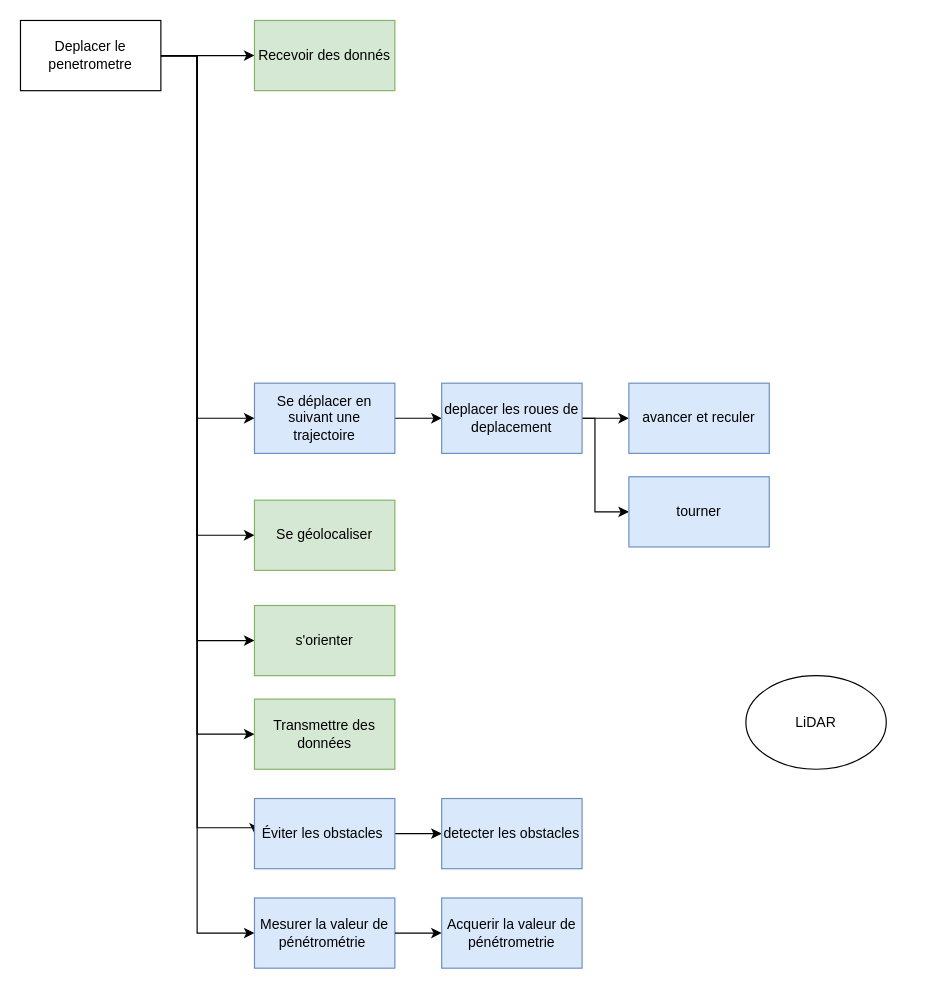
Before: SYSML/D-FAST_ER-TA/D-FAST_ER-TA1.drawio in ToGen49/Hippodrome, a draw.io diagram. Source tidied: cells renumbered, new cells numbered last; positions are measured from the earlier drawing's top-left corner, leaving out a move shared by most shapes. Both pictures are drawn from the tidied source at 117%, with x=0, y=0 at pixel (20, 20).
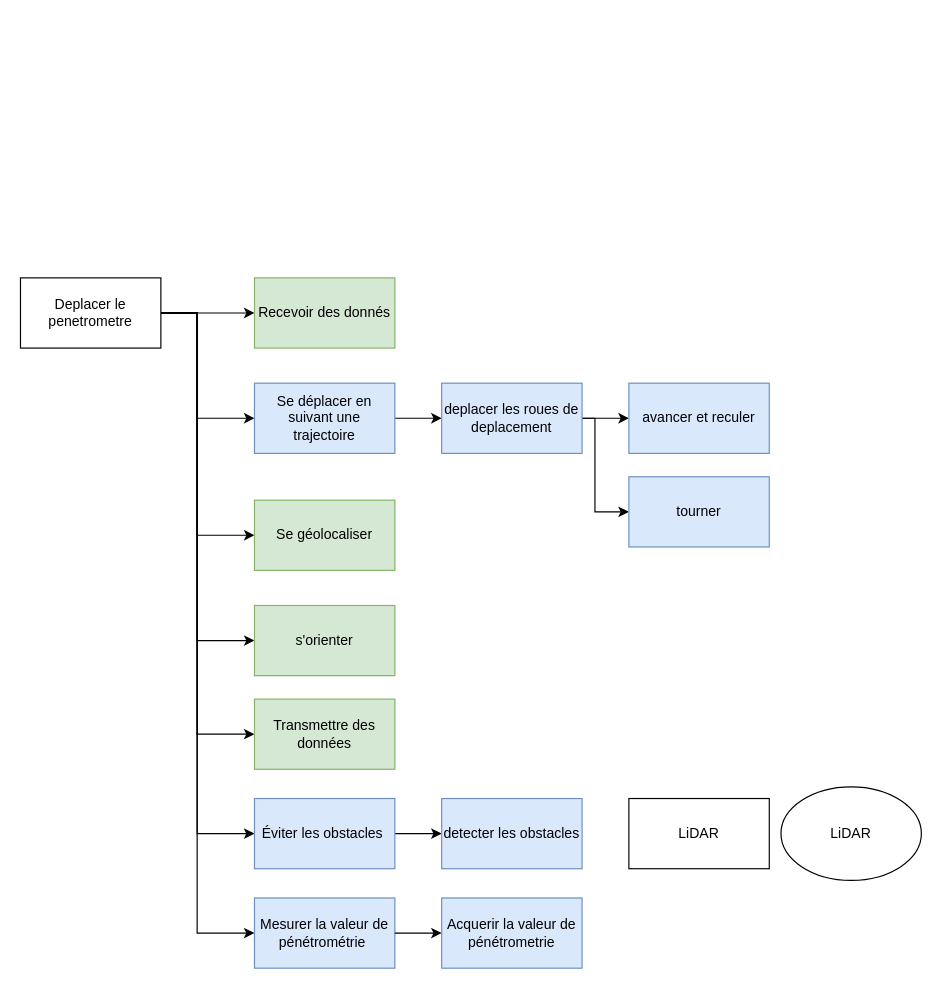
After the change.

The change refers to these unchanged cells:
```xml
<mxCell id="11" value="Se géolocaliser" style="rounded=0;whiteSpace=wrap;html=1;fillColor=#d5e8d4;strokeColor=#82b366;" parent="1" vertex="1">
  <mxGeometry x="200" y="410" width="120" height="60" as="geometry" />
</mxCell>
<mxCell id="12" value="s'orienter" style="rounded=0;whiteSpace=wrap;html=1;fillColor=#d5e8d4;strokeColor=#82b366;" parent="1" vertex="1">
  <mxGeometry x="200" y="500" width="120" height="60" as="geometry" />
</mxCell>
<mxCell id="13" value="Transmettre des données" style="rounded=0;whiteSpace=wrap;html=1;fillColor=#d5e8d4;strokeColor=#82b366;" parent="1" vertex="1">
  <mxGeometry x="200" y="580" width="120" height="60" as="geometry" />
</mxCell>
<mxCell id="15" value="Se déplacer en suivant une&lt;br/&gt;trajectoire" style="rounded=0;whiteSpace=wrap;html=1;fillColor=#dae8fc;strokeColor=#6c8ebf;" parent="1" vertex="1">
  <mxGeometry x="200" y="310" width="120" height="60" as="geometry" />
</mxCell>
<mxCell id="17" value="Éviter les obstacles&amp;nbsp;" style="rounded=0;whiteSpace=wrap;html=1;fillColor=#dae8fc;strokeColor=#6c8ebf;" parent="1" vertex="1">
  <mxGeometry x="200" y="665" width="120" height="60" as="geometry" />
</mxCell>
<mxCell id="18" value="Mesurer la valeur de&lt;br/&gt;pénétrométrie&amp;nbsp;" style="rounded=0;whiteSpace=wrap;html=1;fillColor=#dae8fc;strokeColor=#6c8ebf;" parent="1" vertex="1">
  <mxGeometry x="200" y="750" width="120" height="60" as="geometry" />
</mxCell>
```

The edit, as a diff of the source:
```diff
@@
     <mxCell id="3" style="edgeStyle=orthogonalEdgeStyle;rounded=0;jettySize=auto;html=1;exitX=1;exitY=0.5;exitDx=0;exitDy=0;entryX=0;entryY=0.5;entryDx=0;entryDy=0;" parent="1" edge="1" source="9" target="15">
       <mxGeometry relative="1" as="geometry">
         <Array as="points">
-          <mxPoint x="151" y="30" />
+          <mxPoint x="151" y="250" />
           <mxPoint x="151" y="340" />
         </Array>
       </mxGeometry>
     </mxCell>
     <mxCell id="4" style="edgeStyle=orthogonalEdgeStyle;rounded=0;jettySize=auto;html=1;exitX=1;exitY=0.5;exitDx=0;exitDy=0;entryX=0;entryY=0.5;entryDx=0;entryDy=0;" parent="1" edge="1" source="9" target="11">
       <mxGeometry relative="1" as="geometry">
         <Array as="points">
-          <mxPoint x="151" y="30" />
+          <mxPoint x="151" y="250" />
           <mxPoint x="151" y="440" />
         </Array>
       </mxGeometry>
     </mxCell>
     <mxCell id="5" style="edgeStyle=orthogonalEdgeStyle;rounded=0;jettySize=auto;html=1;exitX=1;exitY=0.5;exitDx=0;exitDy=0;entryX=0;entryY=0.5;entryDx=0;entryDy=0;" parent="1" edge="1" source="9" target="12">
       <mxGeometry relative="1" as="geometry">
         <Array as="points">
-          <mxPoint x="151" y="30" />
+          <mxPoint x="151" y="250" />
           <mxPoint x="151" y="530" />
         </Array>
       </mxGeometry>
     </mxCell>
     <mxCell id="6" style="edgeStyle=orthogonalEdgeStyle;rounded=0;jettySize=auto;html=1;exitX=1;exitY=0.5;exitDx=0;exitDy=0;entryX=0;entryY=0.5;entryDx=0;entryDy=0;" parent="1" edge="1" source="9" target="13">
       <mxGeometry relative="1" as="geometry">
         <Array as="points">
-          <mxPoint x="151" y="30" />
+          <mxPoint x="151" y="250" />
           <mxPoint x="151" y="610" />
         </Array>
       </mxGeometry>
     </mxCell>
     <mxCell id="7" style="edgeStyle=orthogonalEdgeStyle;rounded=0;jettySize=auto;html=1;exitX=1;exitY=0.5;exitDx=0;exitDy=0;entryX=0;entryY=0.5;entryDx=0;entryDy=0;" parent="1" edge="1" source="9" target="17">
       <mxGeometry relative="1" as="geometry">
         <Array as="points">
-          <mxPoint x="151" y="30" />
-          <mxPoint x="151" y="690" />
-          <mxPoint x="200" y="690" />
+          <mxPoint x="151" y="250" />
+          <mxPoint x="151" y="695" />
         </Array>
       </mxGeometry>
     </mxCell>
     <mxCell id="8" style="edgeStyle=orthogonalEdgeStyle;rounded=0;jettySize=auto;html=1;exitX=1;exitY=0.5;exitDx=0;exitDy=0;entryX=0;entryY=0.5;entryDx=0;entryDy=0;" parent="1" edge="1" source="9" target="18">
       <mxGeometry relative="1" as="geometry">
         <Array as="points">
-          <mxPoint x="151" y="30" />
+          <mxPoint x="151" y="250" />
           <mxPoint x="151" y="780" />
         </Array>
       </mxGeometry>
     </mxCell>
     <mxCell id="9" value="Deplacer le penetrometre" style="rounded=0;whiteSpace=wrap;html=1;" parent="1" vertex="1">
-      <mxGeometry width="120" height="60" as="geometry" />
+      <mxGeometry y="220" width="120" height="60" as="geometry" />
     </mxCell>
     <mxCell id="10" value="Recevoir des donnés" style="rounded=0;whiteSpace=wrap;html=1;fillColor=#d5e8d4;strokeColor=#82b366;" parent="1" vertex="1">
-      <mxGeometry x="200" width="120" height="60" as="geometry" />
+      <mxGeometry x="200" y="220" width="120" height="60" as="geometry" />
     </mxCell>
@@
+    <mxCell id="28" value="LiDAR" style="rounded=0;whiteSpace=wrap;html=1;" parent="1" vertex="1">
+      <mxGeometry x="520" y="665" width="120" height="60" as="geometry" />
+    </mxCell>
     <mxCell id="27" value="LiDAR" style="ellipse;whiteSpace=wrap;html=1;" parent="1" vertex="1">
-      <mxGeometry x="620" y="560" width="120" height="80" as="geometry" />
+      <mxGeometry x="650" y="655" width="120" height="80" as="geometry" />
     </mxCell>
```
